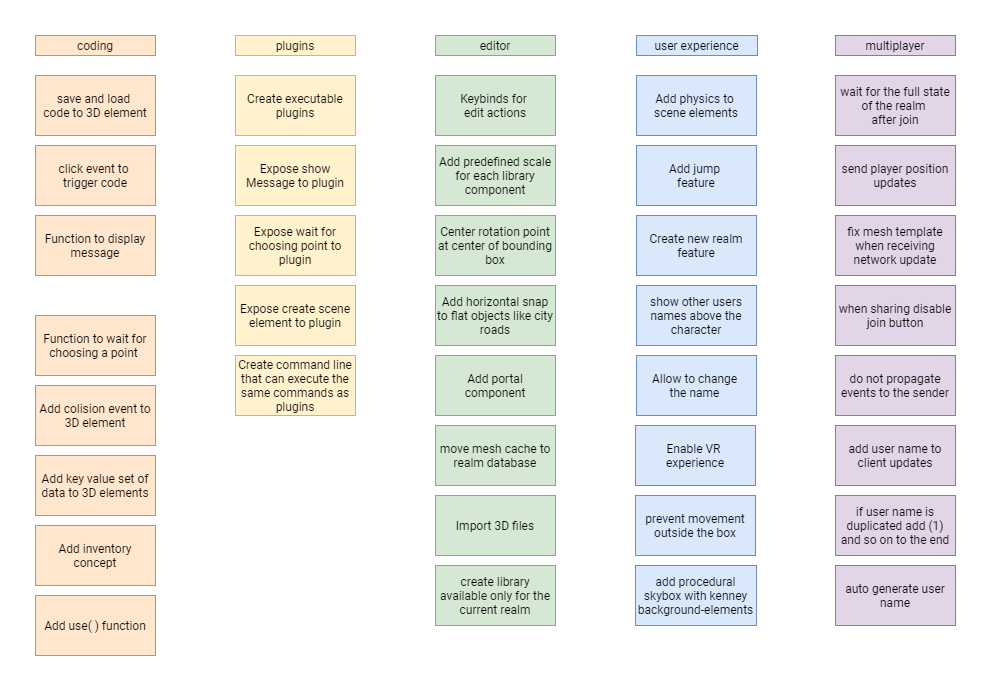
Before: small-flat-world-roadmap.png, a diagram exported from draw.io (hamilton-lima/smallflatworld). Source tidied: cells renumbered, new cells last; positions are measured from the earlier drawing's top-left corner, leaving out a move shared by most shapes.
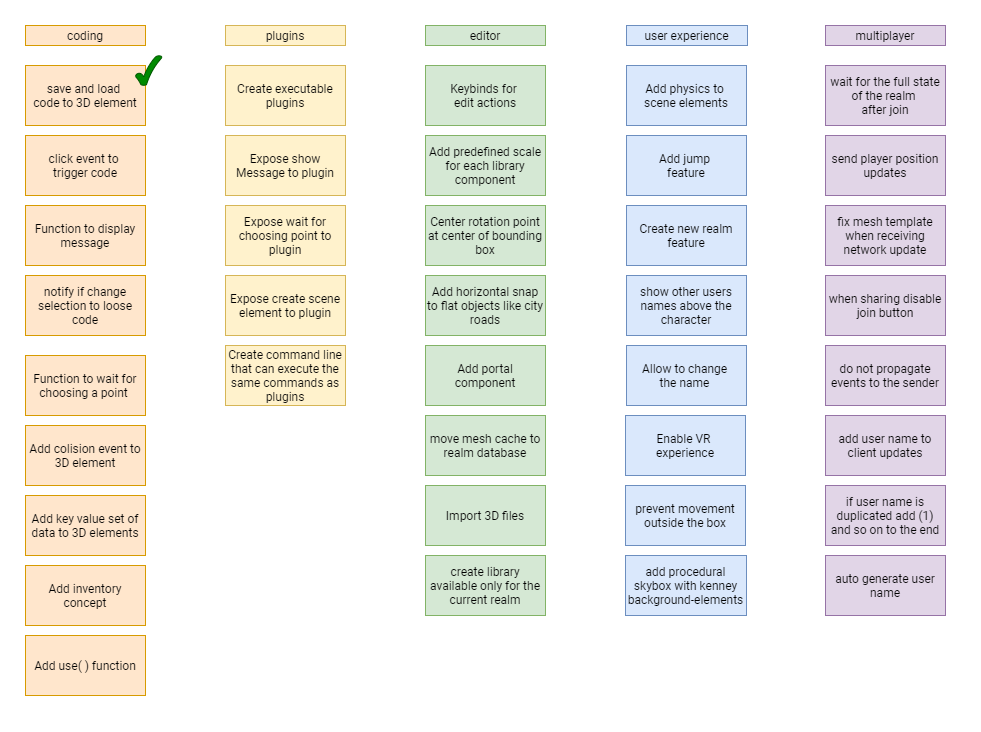
Above is the later version.

Commit message:
Update sceneelement code

Change to the diagram source:
```diff
@@ -9,7 +9,7 @@
       <mxGeometry y="180" width="120" height="60" as="geometry" />
     </mxCell>
     <mxCell id="4" value="Function to wait for choosing a point&amp;nbsp;" style="rounded=0;whiteSpace=wrap;html=1;fontFamily=Roboto;fillColor=#ffe6cc;strokeColor=#d79b00;" parent="1" vertex="1">
-      <mxGeometry y="280" width="120" height="60" as="geometry" />
+      <mxGeometry y="330" width="120" height="60" as="geometry" />
     </mxCell>
     <mxCell id="5" value="Add jump &lt;br&gt;feature" style="rounded=0;whiteSpace=wrap;html=1;fontFamily=Roboto;fillColor=#dae8fc;strokeColor=#6c8ebf;" parent="1" vertex="1">
       <mxGeometry x="601" y="110" width="120" height="60" as="geometry" />
@@ -63,10 +63,10 @@
       <mxGeometry x="600" y="530" width="121" height="60" as="geometry" />
     </mxCell>
     <mxCell id="22" value="Add key value set of data to 3D elements" style="rounded=0;whiteSpace=wrap;html=1;fontFamily=Roboto;fillColor=#ffe6cc;strokeColor=#d79b00;" parent="1" vertex="1">
-      <mxGeometry y="420" width="120" height="60" as="geometry" />
+      <mxGeometry y="470" width="120" height="60" as="geometry" />
     </mxCell>
     <mxCell id="23" value="Add colision event to 3D element" style="rounded=0;whiteSpace=wrap;html=1;fontFamily=Roboto;fillColor=#ffe6cc;strokeColor=#d79b00;" parent="1" vertex="1">
-      <mxGeometry y="350" width="120" height="60" as="geometry" />
+      <mxGeometry y="400" width="120" height="60" as="geometry" />
     </mxCell>
     <mxCell id="24" value="multiplayer" style="text;html=1;strokeColor=#9673a6;fillColor=#e1d5e7;align=center;verticalAlign=middle;whiteSpace=wrap;rounded=0;fontFamily=Roboto;" parent="1" vertex="1">
       <mxGeometry x="800" width="120" height="20" as="geometry" />
@@ -120,13 +120,19 @@
       <mxGeometry x="601" y="250" width="120" height="60" as="geometry" />
     </mxCell>
     <mxCell id="41" value="Add inventory concept" style="rounded=0;whiteSpace=wrap;html=1;fontFamily=Roboto;fillColor=#ffe6cc;strokeColor=#d79b00;" parent="1" vertex="1">
-      <mxGeometry y="490" width="120" height="60" as="geometry" />
+      <mxGeometry y="540" width="120" height="60" as="geometry" />
     </mxCell>
     <mxCell id="42" value="Add use( ) function" style="rounded=0;whiteSpace=wrap;html=1;fontFamily=Roboto;fillColor=#ffe6cc;strokeColor=#d79b00;" parent="1" vertex="1">
-      <mxGeometry y="560" width="120" height="60" as="geometry" />
+      <mxGeometry y="610" width="120" height="60" as="geometry" />
     </mxCell>
     <mxCell id="43" value="click event to &lt;br&gt;trigger code" style="rounded=0;whiteSpace=wrap;html=1;fontFamily=Roboto;fillColor=#ffe6cc;strokeColor=#d79b00;" parent="1" vertex="1">
       <mxGeometry y="110" width="120" height="60" as="geometry" />
     </mxCell>
+    <mxCell id="44" value="notify if change selection to loose code" style="rounded=0;whiteSpace=wrap;html=1;fontFamily=Roboto;fillColor=#ffe6cc;strokeColor=#d79b00;" parent="1" vertex="1">
+      <mxGeometry y="250" width="120" height="60" as="geometry" />
+    </mxCell>
+    <mxCell id="45" style="verticalLabelPosition=bottom;verticalAlign=top;html=1;shape=mxgraph.basic.tick;fontFamily=Roboto;fillColor=#008a00;strokeColor=#005700;fontColor=#ffffff;" parent="1" vertex="1">
+      <mxGeometry x="110" y="30" width="26.2" height="30" as="geometry" />
+    </mxCell>
   </root>
 </mxGraphModel>
```
